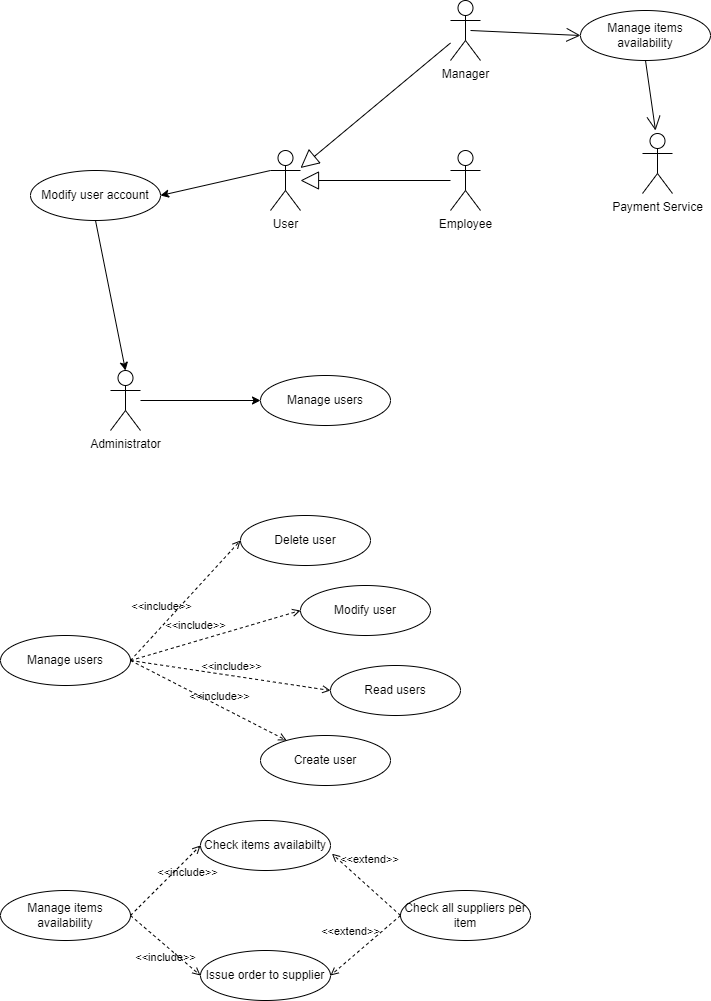
Guarecuco/EzWh keeps this draw.io diagram as diagrams/UCDiagram.drawio.png. Above is the earlier version. Source tidied: cells renumbered, new cells last; positions are measured from the earlier drawing's top-left corner, leaving out a move shared by most shapes. The source it was exported from:
```xml
<mxGraphModel>
  <root>
    <mxCell id="0" />
    <mxCell id="1" parent="0" />
    <mxCell id="2" value="Manage users" style="ellipse;whiteSpace=wrap;html=1;" parent="1" vertex="1">
      <mxGeometry x="260" y="375" width="130" height="50" as="geometry" />
    </mxCell>
    <mxCell id="3" value="Administrator&lt;br&gt;" style="shape=umlActor;verticalLabelPosition=bottom;verticalAlign=top;html=1;outlineConnect=0;" parent="1" vertex="1">
      <mxGeometry x="110" y="370" width="30" height="60" as="geometry" />
    </mxCell>
    <mxCell id="4" value="User&lt;br&gt;" style="shape=umlActor;verticalLabelPosition=bottom;verticalAlign=top;html=1;outlineConnect=0;" parent="1" vertex="1">
      <mxGeometry x="270" y="150" width="30" height="60" as="geometry" />
    </mxCell>
    <mxCell id="5" value="Employee" style="shape=umlActor;verticalLabelPosition=bottom;verticalAlign=top;html=1;outlineConnect=0;" parent="1" vertex="1">
      <mxGeometry x="450" y="150" width="30" height="60" as="geometry" />
    </mxCell>
    <mxCell id="6" style="endArrow=classic;html=1;entryX=0;entryY=0.5;entryDx=0;entryDy=0;" parent="1" edge="1" source="3" target="2">
      <mxGeometry relative="1" as="geometry" />
    </mxCell>
    <mxCell id="7" style="endArrow=block;endSize=16;endFill=0;html=1;" parent="1" edge="1" source="5" target="4">
      <mxGeometry relative="1" as="geometry" />
    </mxCell>
    <mxCell id="8" value="Manage users" style="ellipse;whiteSpace=wrap;html=1;" parent="1" vertex="1">
      <mxGeometry y="635" width="130" height="50" as="geometry" />
    </mxCell>
    <mxCell id="9" value="Create user" style="ellipse;whiteSpace=wrap;html=1;" parent="1" vertex="1">
      <mxGeometry x="260" y="735" width="130" height="50" as="geometry" />
    </mxCell>
    <mxCell id="10" value="Read users" style="ellipse;whiteSpace=wrap;html=1;" parent="1" vertex="1">
      <mxGeometry x="330" y="665" width="130" height="50" as="geometry" />
    </mxCell>
    <mxCell id="11" value="Modify user" style="ellipse;whiteSpace=wrap;html=1;" parent="1" vertex="1">
      <mxGeometry x="300" y="585" width="130" height="50" as="geometry" />
    </mxCell>
    <mxCell id="12" value="&amp;lt;&amp;lt;include&amp;gt;&amp;gt;" style="html=1;verticalAlign=bottom;labelBackgroundColor=none;endArrow=open;endFill=0;dashed=1;exitX=1;exitY=0.5;exitDx=0;exitDy=0;" parent="1" edge="1" source="8" target="9">
      <mxGeometry x="0.15" y="1" relative="1" as="geometry" />
    </mxCell>
    <mxCell id="13" value="Delete user" style="ellipse;whiteSpace=wrap;html=1;" parent="1" vertex="1">
      <mxGeometry x="240" y="515" width="130" height="50" as="geometry" />
    </mxCell>
    <mxCell id="14" value="&amp;lt;&amp;lt;include&amp;gt;&amp;gt;" style="html=1;verticalAlign=bottom;labelBackgroundColor=none;endArrow=open;endFill=0;dashed=1;entryX=0;entryY=0.5;entryDx=0;entryDy=0;" parent="1" edge="1" target="10">
      <mxGeometry relative="1" as="geometry">
        <mxPoint x="130" y="660" as="sourcePoint" />
      </mxGeometry>
    </mxCell>
    <mxCell id="15" value="&amp;lt;&amp;lt;include&amp;gt;&amp;gt;" style="html=1;verticalAlign=bottom;labelBackgroundColor=none;endArrow=open;endFill=0;dashed=1;exitX=1;exitY=0.5;exitDx=0;exitDy=0;entryX=0;entryY=0.5;entryDx=0;entryDy=0;" parent="1" edge="1" source="8" target="11">
      <mxGeometry x="-0.22" y="6" relative="1" as="geometry" />
    </mxCell>
    <mxCell id="16" value="&amp;lt;&amp;lt;include&amp;gt;&amp;gt;" style="html=1;verticalAlign=bottom;labelBackgroundColor=none;endArrow=open;endFill=0;dashed=1;exitX=1;exitY=0.5;exitDx=0;exitDy=0;entryX=0;entryY=0.5;entryDx=0;entryDy=0;" parent="1" edge="1" source="8" target="13">
      <mxGeometry x="-0.34" y="8" relative="1" as="geometry" />
    </mxCell>
    <mxCell id="17" value="Manager" style="shape=umlActor;verticalLabelPosition=bottom;verticalAlign=top;html=1;outlineConnect=0;" parent="1" vertex="1">
      <mxGeometry x="450" width="30" height="60" as="geometry" />
    </mxCell>
    <mxCell id="18" style="endArrow=block;endSize=16;endFill=0;html=1;" parent="1" edge="1" source="17" target="4">
      <mxGeometry relative="1" as="geometry" />
    </mxCell>
    <mxCell id="19" value="Modify user account" style="ellipse;whiteSpace=wrap;html=1;" parent="1" vertex="1">
      <mxGeometry x="30" y="170" width="130" height="50" as="geometry" />
    </mxCell>
    <mxCell id="20" style="endArrow=classic;html=1;entryX=1;entryY=0.5;entryDx=0;entryDy=0;exitX=0;exitY=0.3333333333333333;exitDx=0;exitDy=0;exitPerimeter=0;" parent="1" edge="1" source="4" target="19">
      <mxGeometry relative="1" as="geometry" />
    </mxCell>
    <mxCell id="21" value="Manage items availability" style="ellipse;whiteSpace=wrap;html=1;" parent="1" vertex="1">
      <mxGeometry x="580" y="10" width="130" height="50" as="geometry" />
    </mxCell>
    <mxCell id="22" style="endArrow=classic;html=1;entryX=0.5;entryY=0;entryDx=0;entryDy=0;exitX=0.5;exitY=1;exitDx=0;exitDy=0;entryPerimeter=0;" parent="1" edge="1" source="19" target="3">
      <mxGeometry relative="1" as="geometry" />
    </mxCell>
    <mxCell id="23" style="endArrow=open;endFill=1;endSize=12;html=1;entryX=0;entryY=0.5;entryDx=0;entryDy=0;" parent="1" edge="1" target="21">
      <mxGeometry relative="1" as="geometry">
        <mxPoint x="470" y="30" as="sourcePoint" />
      </mxGeometry>
    </mxCell>
    <mxCell id="24" value="Manage items availability" style="ellipse;whiteSpace=wrap;html=1;" parent="1" vertex="1">
      <mxGeometry y="890" width="130" height="50" as="geometry" />
    </mxCell>
    <mxCell id="25" value="Check items availabilty" style="ellipse;whiteSpace=wrap;html=1;" parent="1" vertex="1">
      <mxGeometry x="200" y="820" width="130" height="50" as="geometry" />
    </mxCell>
    <mxCell id="26" value="Issue order to supplier" style="ellipse;whiteSpace=wrap;html=1;" parent="1" vertex="1">
      <mxGeometry x="200" y="950" width="130" height="50" as="geometry" />
    </mxCell>
    <mxCell id="27" value="&amp;lt;&amp;lt;include&amp;gt;&amp;gt;" style="html=1;verticalAlign=bottom;labelBackgroundColor=none;endArrow=open;endFill=0;dashed=1;exitX=1;exitY=0.5;exitDx=0;exitDy=0;entryX=0;entryY=0.5;entryDx=0;entryDy=0;" parent="1" edge="1" source="24" target="26">
      <mxGeometry x="0.29" y="-16" relative="1" as="geometry" />
    </mxCell>
    <mxCell id="28" value="Check all suppliers per item" style="ellipse;whiteSpace=wrap;html=1;" parent="1" vertex="1">
      <mxGeometry x="400" y="890" width="130" height="50" as="geometry" />
    </mxCell>
    <mxCell id="29" value="&amp;lt;&amp;lt;extend&amp;gt;&amp;gt;" style="html=1;verticalAlign=bottom;labelBackgroundColor=none;endArrow=open;endFill=0;dashed=1;exitX=0;exitY=0.5;exitDx=0;exitDy=0;entryX=1;entryY=0.5;entryDx=0;entryDy=0;" parent="1" edge="1" source="28" target="26">
      <mxGeometry x="0.18" y="-14" relative="1" as="geometry" />
    </mxCell>
    <mxCell id="30" value="&amp;lt;&amp;lt;include&amp;gt;&amp;gt;" style="html=1;verticalAlign=bottom;labelBackgroundColor=none;endArrow=open;endFill=0;dashed=1;exitX=1;exitY=0.5;exitDx=0;exitDy=0;entryX=0;entryY=0.5;entryDx=0;entryDy=0;" parent="1" edge="1" source="24" target="25">
      <mxGeometry x="0.29" y="-16" relative="1" as="geometry" />
    </mxCell>
    <mxCell id="31" value="&amp;lt;&amp;lt;extend&amp;gt;&amp;gt;" style="html=1;verticalAlign=bottom;labelBackgroundColor=none;endArrow=open;endFill=0;dashed=1;exitX=0;exitY=0.5;exitDx=0;exitDy=0;entryX=1.011;entryY=0.664;entryDx=0;entryDy=0;entryPerimeter=0;" parent="1" edge="1" source="28" target="25">
      <mxGeometry x="0.18" y="-14" relative="1" as="geometry" />
    </mxCell>
    <mxCell id="32" value="Payment Service" style="shape=umlActor;verticalLabelPosition=bottom;verticalAlign=top;html=1;outlineConnect=0;" parent="1" vertex="1">
      <mxGeometry x="642" y="133" width="30" height="60" as="geometry" />
    </mxCell>
    <mxCell id="33" style="endArrow=open;endFill=1;endSize=12;html=1;exitX=0.5;exitY=1;exitDx=0;exitDy=0;" parent="1" edge="1" source="21">
      <mxGeometry relative="1" as="geometry">
        <mxPoint x="655" y="130" as="targetPoint" />
      </mxGeometry>
    </mxCell>
  </root>
</mxGraphModel>
```
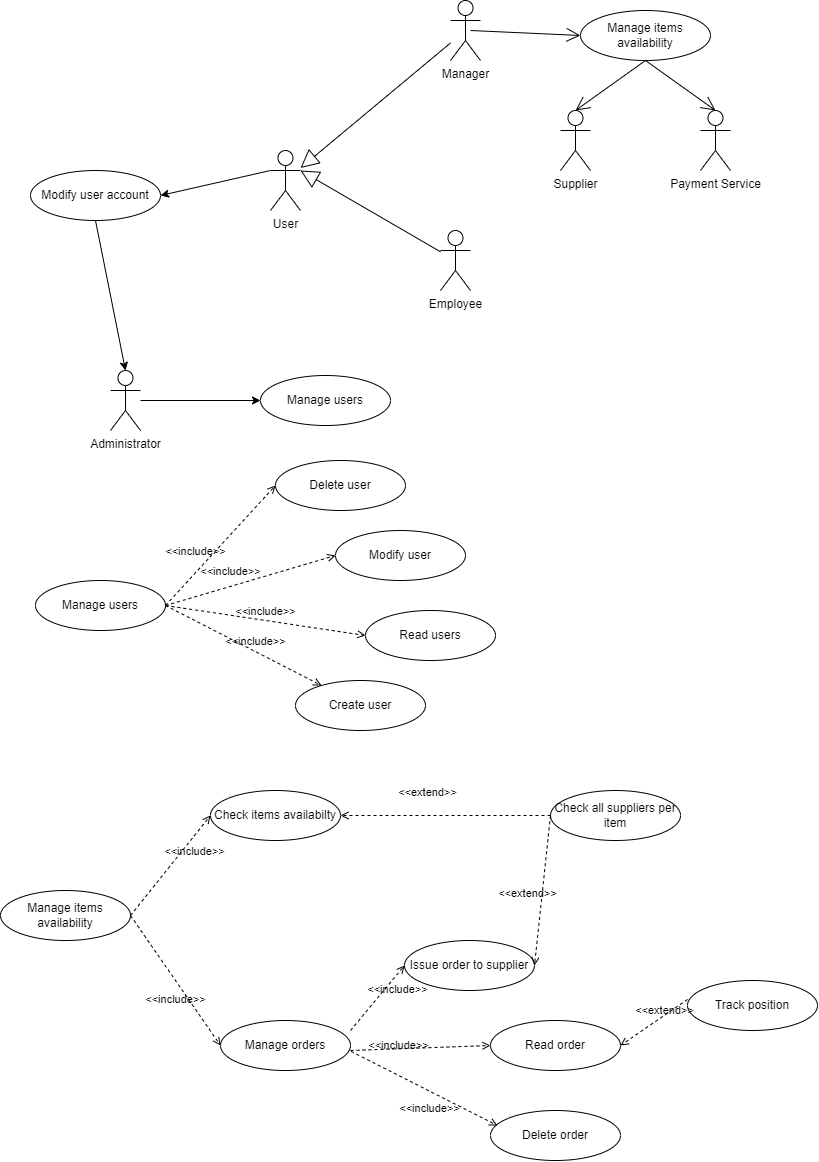
Above is the later version.

Commit message:
Added UCs related to 'Manage external orders' and updated UC_Diagram

What changed in the source:
```diff
@@ -12,35 +12,37 @@
       <mxGeometry x="270" y="150" width="30" height="60" as="geometry" />
     </mxCell>
     <mxCell id="5" value="Employee" style="shape=umlActor;verticalLabelPosition=bottom;verticalAlign=top;html=1;outlineConnect=0;" parent="1" vertex="1">
-      <mxGeometry x="450" y="150" width="30" height="60" as="geometry" />
+      <mxGeometry x="440" y="230" width="30" height="60" as="geometry" />
     </mxCell>
     <mxCell id="6" style="endArrow=classic;html=1;entryX=0;entryY=0.5;entryDx=0;entryDy=0;" parent="1" edge="1" source="3" target="2">
       <mxGeometry relative="1" as="geometry" />
     </mxCell>
-    <mxCell id="7" style="endArrow=block;endSize=16;endFill=0;html=1;" parent="1" edge="1" source="5" target="4">
-      <mxGeometry relative="1" as="geometry" />
+    <mxCell id="7" style="endArrow=block;endSize=16;endFill=0;html=1;" parent="1" edge="1" source="5">
+      <mxGeometry relative="1" as="geometry">
+        <mxPoint x="300" y="170" as="targetPoint" />
+      </mxGeometry>
     </mxCell>
     <mxCell id="8" value="Manage users" style="ellipse;whiteSpace=wrap;html=1;" parent="1" vertex="1">
-      <mxGeometry y="635" width="130" height="50" as="geometry" />
+      <mxGeometry x="35" y="580" width="130" height="50" as="geometry" />
     </mxCell>
     <mxCell id="9" value="Create user" style="ellipse;whiteSpace=wrap;html=1;" parent="1" vertex="1">
-      <mxGeometry x="260" y="735" width="130" height="50" as="geometry" />
+      <mxGeometry x="295" y="680" width="130" height="50" as="geometry" />
     </mxCell>
     <mxCell id="10" value="Read users" style="ellipse;whiteSpace=wrap;html=1;" parent="1" vertex="1">
-      <mxGeometry x="330" y="665" width="130" height="50" as="geometry" />
+      <mxGeometry x="365" y="610" width="130" height="50" as="geometry" />
     </mxCell>
     <mxCell id="11" value="Modify user" style="ellipse;whiteSpace=wrap;html=1;" parent="1" vertex="1">
-      <mxGeometry x="300" y="585" width="130" height="50" as="geometry" />
+      <mxGeometry x="335" y="530" width="130" height="50" as="geometry" />
     </mxCell>
     <mxCell id="12" value="&amp;lt;&amp;lt;include&amp;gt;&amp;gt;" style="html=1;verticalAlign=bottom;labelBackgroundColor=none;endArrow=open;endFill=0;dashed=1;exitX=1;exitY=0.5;exitDx=0;exitDy=0;" parent="1" edge="1" source="8" target="9">
       <mxGeometry x="0.15" y="1" relative="1" as="geometry" />
     </mxCell>
     <mxCell id="13" value="Delete user" style="ellipse;whiteSpace=wrap;html=1;" parent="1" vertex="1">
-      <mxGeometry x="240" y="515" width="130" height="50" as="geometry" />
+      <mxGeometry x="275" y="460" width="130" height="50" as="geometry" />
     </mxCell>
     <mxCell id="14" value="&amp;lt;&amp;lt;include&amp;gt;&amp;gt;" style="html=1;verticalAlign=bottom;labelBackgroundColor=none;endArrow=open;endFill=0;dashed=1;entryX=0;entryY=0.5;entryDx=0;entryDy=0;" parent="1" edge="1" target="10">
       <mxGeometry relative="1" as="geometry">
-        <mxPoint x="130" y="660" as="sourcePoint" />
+        <mxPoint x="165" y="605" as="sourcePoint" />
       </mxGeometry>
     </mxCell>
     <mxCell id="15" value="&amp;lt;&amp;lt;include&amp;gt;&amp;gt;" style="html=1;verticalAlign=bottom;labelBackgroundColor=none;endArrow=open;endFill=0;dashed=1;exitX=1;exitY=0.5;exitDx=0;exitDy=0;entryX=0;entryY=0.5;entryDx=0;entryDy=0;" parent="1" edge="1" source="8" target="11">
@@ -76,16 +78,16 @@
       <mxGeometry y="890" width="130" height="50" as="geometry" />
     </mxCell>
     <mxCell id="25" value="Check items availabilty" style="ellipse;whiteSpace=wrap;html=1;" parent="1" vertex="1">
-      <mxGeometry x="200" y="820" width="130" height="50" as="geometry" />
+      <mxGeometry x="210" y="790" width="130" height="50" as="geometry" />
     </mxCell>
     <mxCell id="26" value="Issue order to supplier" style="ellipse;whiteSpace=wrap;html=1;" parent="1" vertex="1">
-      <mxGeometry x="200" y="950" width="130" height="50" as="geometry" />
+      <mxGeometry x="404" y="940" width="130" height="50" as="geometry" />
     </mxCell>
-    <mxCell id="27" value="&amp;lt;&amp;lt;include&amp;gt;&amp;gt;" style="html=1;verticalAlign=bottom;labelBackgroundColor=none;endArrow=open;endFill=0;dashed=1;exitX=1;exitY=0.5;exitDx=0;exitDy=0;entryX=0;entryY=0.5;entryDx=0;entryDy=0;" parent="1" edge="1" source="24" target="26">
+    <mxCell id="27" value="&amp;lt;&amp;lt;include&amp;gt;&amp;gt;" style="html=1;verticalAlign=bottom;labelBackgroundColor=none;endArrow=open;endFill=0;dashed=1;exitX=1;exitY=0.2;exitDx=0;exitDy=0;entryX=0;entryY=0.5;entryDx=0;entryDy=0;exitPerimeter=0;" parent="1" edge="1" source="34" target="26">
       <mxGeometry x="0.29" y="-16" relative="1" as="geometry" />
     </mxCell>
     <mxCell id="28" value="Check all suppliers per item" style="ellipse;whiteSpace=wrap;html=1;" parent="1" vertex="1">
-      <mxGeometry x="400" y="890" width="130" height="50" as="geometry" />
+      <mxGeometry x="550" y="790" width="130" height="50" as="geometry" />
     </mxCell>
     <mxCell id="29" value="&amp;lt;&amp;lt;extend&amp;gt;&amp;gt;" style="html=1;verticalAlign=bottom;labelBackgroundColor=none;endArrow=open;endFill=0;dashed=1;exitX=0;exitY=0.5;exitDx=0;exitDy=0;entryX=1;entryY=0.5;entryDx=0;entryDy=0;" parent="1" edge="1" source="28" target="26">
       <mxGeometry x="0.18" y="-14" relative="1" as="geometry" />
@@ -93,16 +95,46 @@
     <mxCell id="30" value="&amp;lt;&amp;lt;include&amp;gt;&amp;gt;" style="html=1;verticalAlign=bottom;labelBackgroundColor=none;endArrow=open;endFill=0;dashed=1;exitX=1;exitY=0.5;exitDx=0;exitDy=0;entryX=0;entryY=0.5;entryDx=0;entryDy=0;" parent="1" edge="1" source="24" target="25">
       <mxGeometry x="0.29" y="-16" relative="1" as="geometry" />
     </mxCell>
-    <mxCell id="31" value="&amp;lt;&amp;lt;extend&amp;gt;&amp;gt;" style="html=1;verticalAlign=bottom;labelBackgroundColor=none;endArrow=open;endFill=0;dashed=1;exitX=0;exitY=0.5;exitDx=0;exitDy=0;entryX=1.011;entryY=0.664;entryDx=0;entryDy=0;entryPerimeter=0;" parent="1" edge="1" source="28" target="25">
+    <mxCell id="31" value="&amp;lt;&amp;lt;extend&amp;gt;&amp;gt;" style="html=1;verticalAlign=bottom;labelBackgroundColor=none;endArrow=open;endFill=0;dashed=1;exitX=0;exitY=0.5;exitDx=0;exitDy=0;entryX=1;entryY=0.5;entryDx=0;entryDy=0;" parent="1" edge="1" source="28" target="25">
       <mxGeometry x="0.18" y="-14" relative="1" as="geometry" />
     </mxCell>
     <mxCell id="32" value="Payment Service" style="shape=umlActor;verticalLabelPosition=bottom;verticalAlign=top;html=1;outlineConnect=0;" parent="1" vertex="1">
-      <mxGeometry x="642" y="133" width="30" height="60" as="geometry" />
+      <mxGeometry x="700" y="110" width="30" height="60" as="geometry" />
     </mxCell>
-    <mxCell id="33" style="endArrow=open;endFill=1;endSize=12;html=1;exitX=0.5;exitY=1;exitDx=0;exitDy=0;" parent="1" edge="1" source="21">
-      <mxGeometry relative="1" as="geometry">
-        <mxPoint x="655" y="130" as="targetPoint" />
-      </mxGeometry>
+    <mxCell id="33" style="endArrow=open;endFill=1;endSize=12;html=1;exitX=0.5;exitY=1;exitDx=0;exitDy=0;entryX=0.5;entryY=0;entryDx=0;entryDy=0;entryPerimeter=0;" parent="1" edge="1" source="21" target="32">
+      <mxGeometry relative="1" as="geometry" />
     </mxCell>
+    <mxCell id="34" value="Manage orders" style="ellipse;whiteSpace=wrap;html=1;" parent="1" vertex="1">
+      <mxGeometry x="220" y="1020" width="130" height="50" as="geometry" />
+    </mxCell>
+    <mxCell id="35" value="&amp;lt;&amp;lt;include&amp;gt;&amp;gt;" style="html=1;verticalAlign=bottom;labelBackgroundColor=none;endArrow=open;endFill=0;dashed=1;exitX=1;exitY=0.5;exitDx=0;exitDy=0;entryX=0;entryY=0.5;entryDx=0;entryDy=0;" parent="1" edge="1" source="24" target="34">
+      <mxGeometry x="0.29" y="-16" relative="1" as="geometry" />
+    </mxCell>
+    <mxCell id="36" value="Supplier" style="shape=umlActor;verticalLabelPosition=bottom;verticalAlign=top;html=1;outlineConnect=0;" parent="1" vertex="1">
+      <mxGeometry x="560" y="110" width="30" height="60" as="geometry" />
+    </mxCell>
+    <mxCell id="37" style="endArrow=open;endFill=1;endSize=12;html=1;exitX=0.5;exitY=1;exitDx=0;exitDy=0;entryX=0.5;entryY=0;entryDx=0;entryDy=0;entryPerimeter=0;" parent="1" edge="1" source="21" target="36">
+      <mxGeometry relative="1" as="geometry" />
+    </mxCell>
+    <mxCell id="38" value="Track position" style="ellipse;whiteSpace=wrap;html=1;" parent="1" vertex="1">
+      <mxGeometry x="687" y="980" width="130" height="50" as="geometry" />
+    </mxCell>
+    <mxCell id="39" value="Delete order" style="ellipse;whiteSpace=wrap;html=1;" parent="1" vertex="1">
+      <mxGeometry x="490" y="1110" width="130" height="50" as="geometry" />
+    </mxCell>
+    <mxCell id="40" value="&amp;lt;&amp;lt;include&amp;gt;&amp;gt;" style="html=1;verticalAlign=bottom;labelBackgroundColor=none;endArrow=open;endFill=0;dashed=1;exitX=1.005;exitY=0.619;exitDx=0;exitDy=0;entryX=0.054;entryY=0.301;entryDx=0;entryDy=0;exitPerimeter=0;entryPerimeter=0;" parent="1" edge="1" source="34" target="39">
+      <mxGeometry x="0.22" y="-23" relative="1" as="geometry" />
+    </mxCell>
+    <mxCell id="41" value="Read order" style="ellipse;whiteSpace=wrap;html=1;" parent="1" vertex="1">
+      <mxGeometry x="490" y="1020" width="130" height="50" as="geometry" />
+    </mxCell>
+    <mxCell id="42" value="&amp;lt;&amp;lt;include&amp;gt;&amp;gt;" style="html=1;verticalAlign=bottom;labelBackgroundColor=none;endArrow=open;endFill=0;dashed=1;entryX=0;entryY=0.5;entryDx=0;entryDy=0;" parent="1" edge="1" target="41">
+      <mxGeometry x="-0.31" y="-6" relative="1" as="geometry">
+        <mxPoint x="350" y="1050" as="sourcePoint" />
+      </mxGeometry>
+    </mxCell>
+    <mxCell id="43" value="&amp;lt;&amp;lt;extend&amp;gt;&amp;gt;" style="html=1;verticalAlign=bottom;labelBackgroundColor=none;endArrow=open;endFill=0;dashed=1;exitX=0;exitY=0.379;exitDx=0;exitDy=0;entryX=1;entryY=0.5;entryDx=0;entryDy=0;exitPerimeter=0;" parent="1" edge="1" source="38" target="41">
+      <mxGeometry x="-0.24" y="4" relative="1" as="geometry" />
+    </mxCell>
   </root>
 </mxGraphModel>
```
